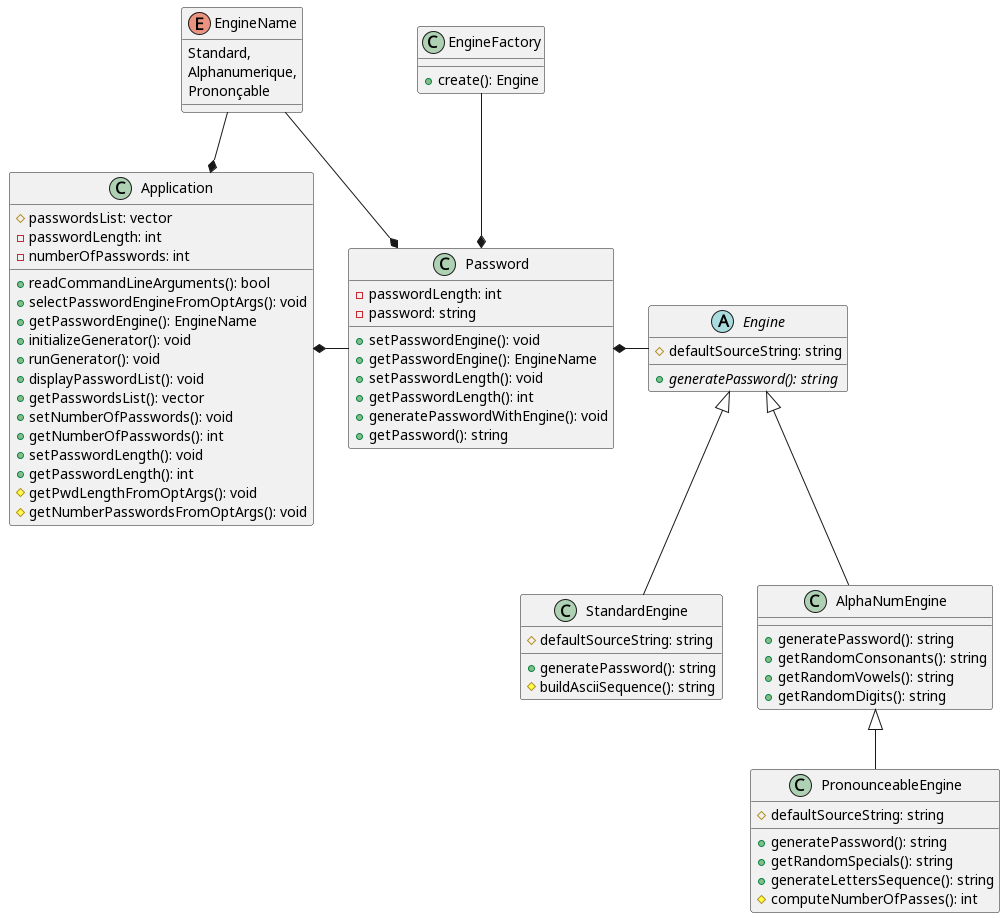
Above: docs/diagram/out/Password Generator.png in JN-GLX/password-generator (PlantUML), before the change.
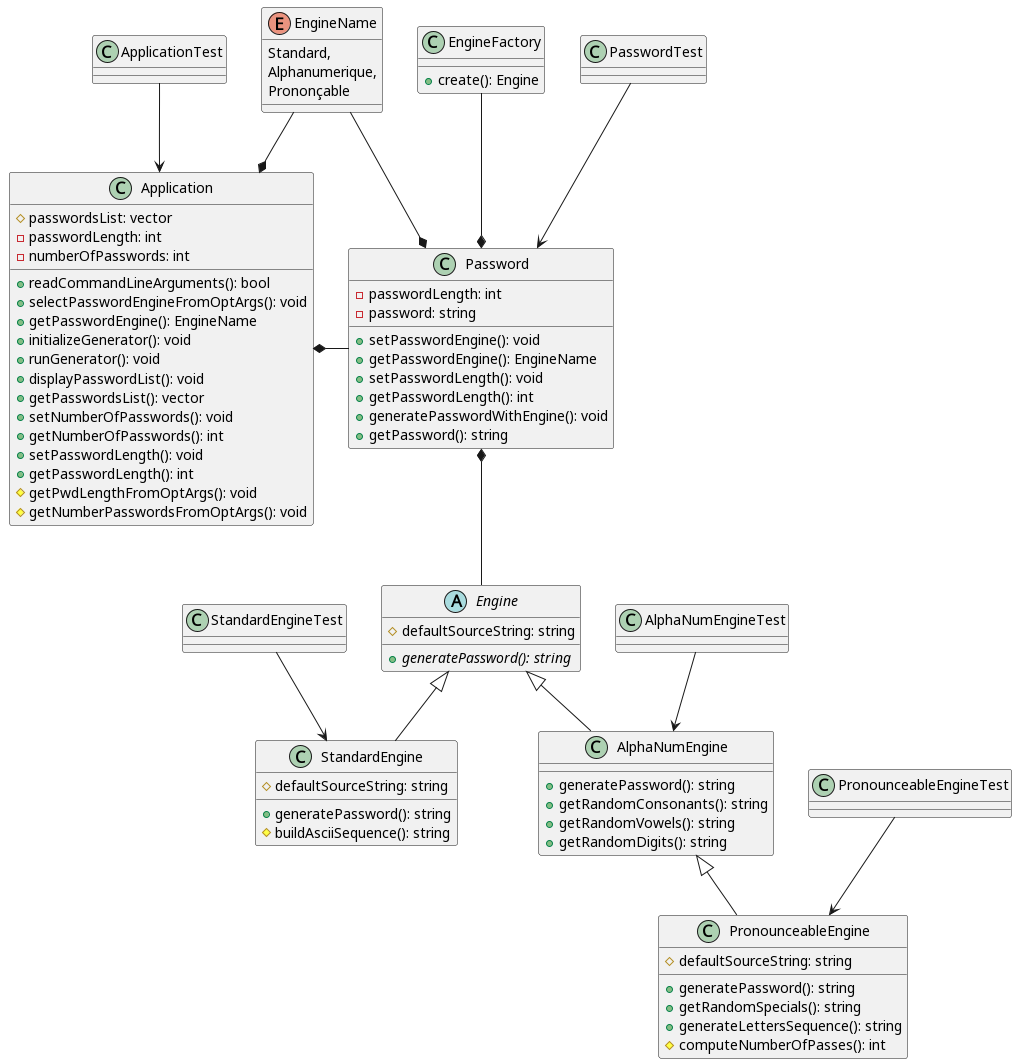
The same diagram one commit later.

Commit message:
diagramme de classes: ajout classes test

What changed in the source:
```diff
@@ -10,7 +10,7 @@
     +create(): Engine
 }
 
-Password *- Engine
+Password *-- Engine
 Engine <|-- StandardEngine
 Engine <|-- AlphaNumEngine
 AlphaNumEngine <|-- PronounceableEngine
@@ -18,6 +18,11 @@
 Application *- Password
 EngineName --* Password
 EngineName --* Application
+ApplicationTest --> Application
+PasswordTest --> Password
+StandardEngineTest --> StandardEngine
+AlphaNumEngineTest --> AlphaNumEngine
+PronounceableEngineTest --> PronounceableEngine
 
 class StandardEngine {
     +generatePassword(): string
@@ -75,4 +80,11 @@
     -passwordLength: int
     -numberOfPasswords: int
 }
+
+class ApplicationTest
+class PasswordTest
+class StandardEngineTest
+class AlphaNumEngineTest
+class PronounceableEngineTest
+
 @enduml
```
